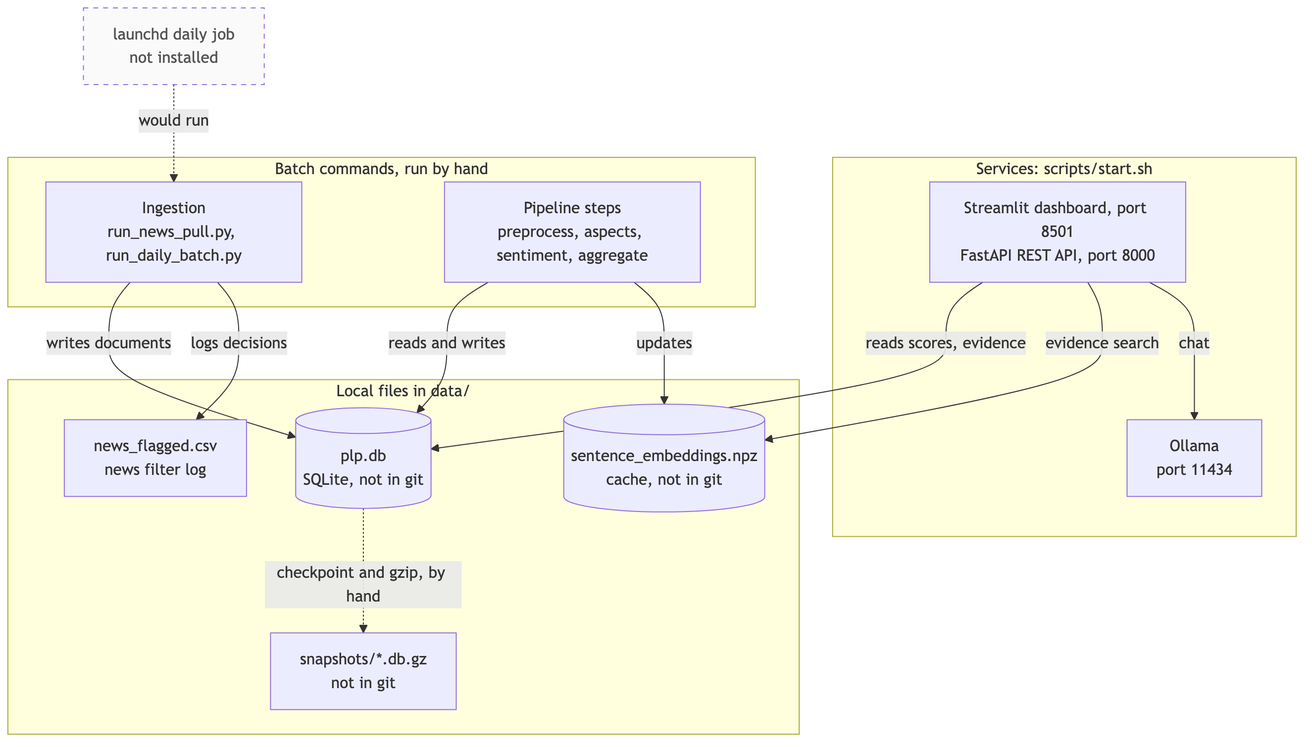
Earlier version of the Mermaid export docs/diagrams/img/02-runtime.png (Gavingyh/plp-project). Its source is kept beside it as docs/diagrams/src/02-runtime.mmd.
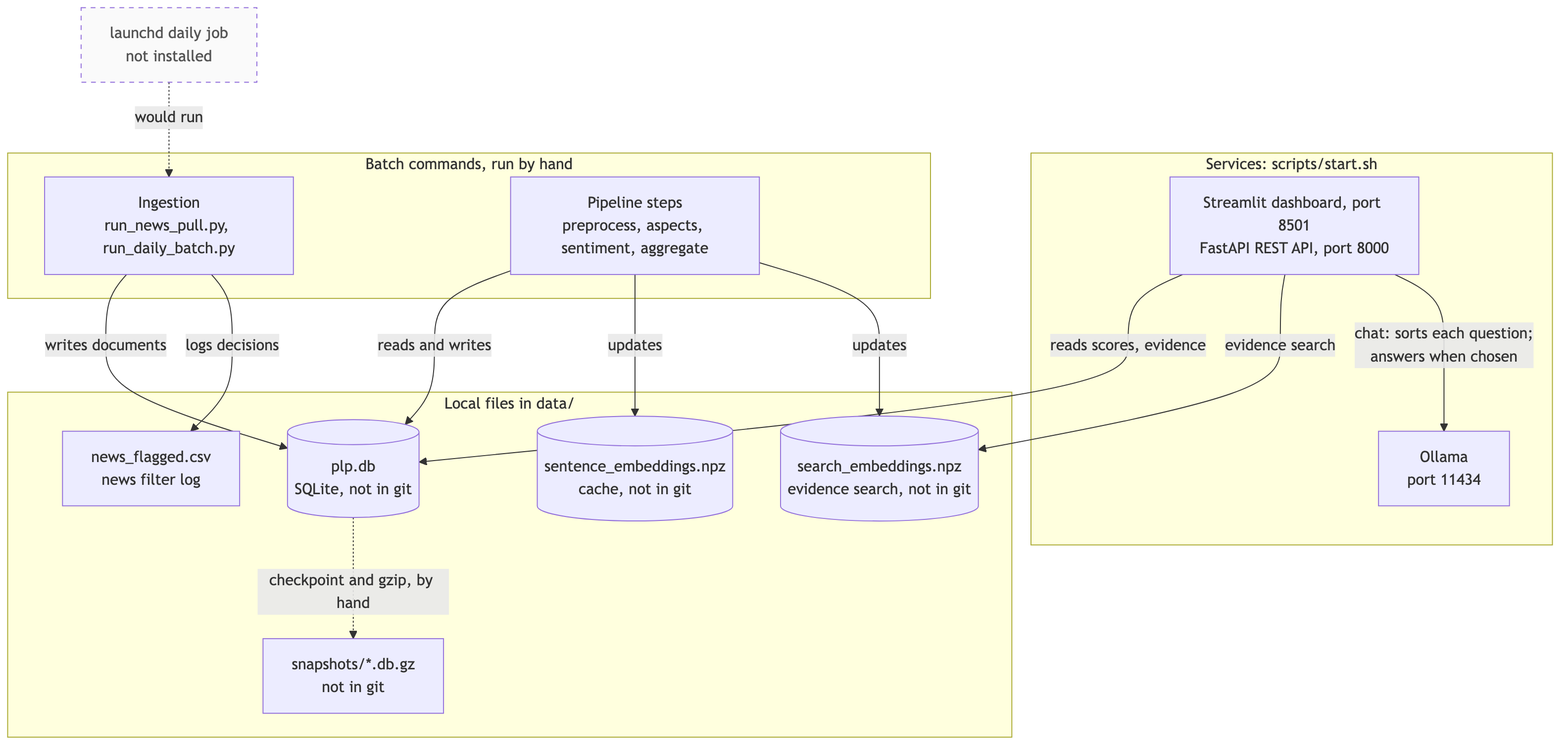
After the change.

Change to the diagram source:
```diff
@@ -10,6 +10,7 @@
   subgraph files["Local files in data/"]
     db[("plp.db<br/>SQLite, not in git")]
     emb[("sentence_embeddings.npz<br/>cache, not in git")]
+    semb[("search_embeddings.npz<br/>evidence search, not in git")]
     flagged["news_flagged.csv<br/>news filter log"]
     snaps["snapshots/*.db.gz<br/>not in git"]
   end
@@ -22,12 +23,13 @@
   plist["launchd daily job<br/>not installed"]
 
   ui -- "reads scores, evidence" --> db
-  ui -- "evidence search" --> emb
-  ui -- "chat" --> oll
+  ui -- "evidence search" --> semb
+  ui -- "chat: sorts each question;<br/>answers when chosen" --> oll
   pull -- "writes documents" --> db
   pull -- "logs decisions" --> flagged
   pipe -- "reads and writes" --> db
   pipe -- "updates" --> emb
+  pipe -- "updates" --> semb
   db -. "checkpoint and gzip, by hand" .-> snaps
   plist -. "would run" .-> pull
 
```
